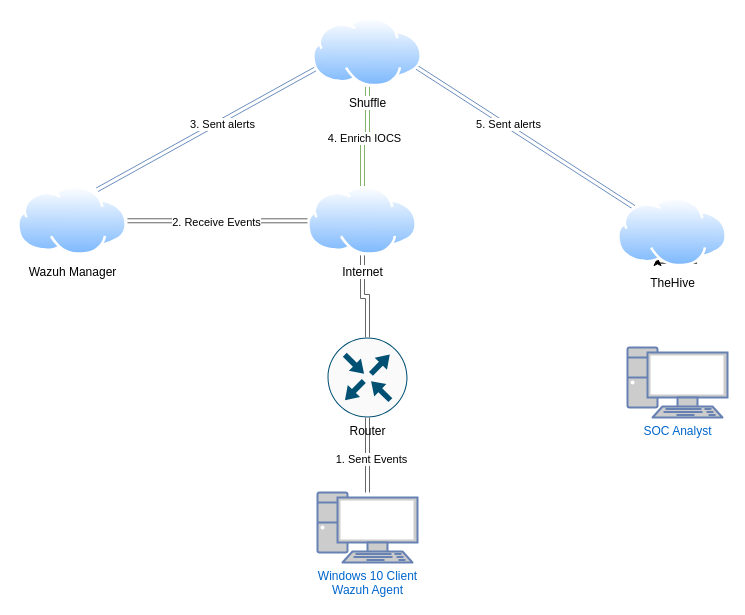
Earlier version of the draw.io diagram Untitled Diagram.drawio (joyce0225/Cyber-Architecture-). Source tidied: cells renumbered, new cells numbered last; positions are measured from the earlier drawing's top-left corner, leaving out a move shared by most shapes. Both pictures are drawn from the tidied source at 100%, with x=0, y=0 at pixel (17, 17).
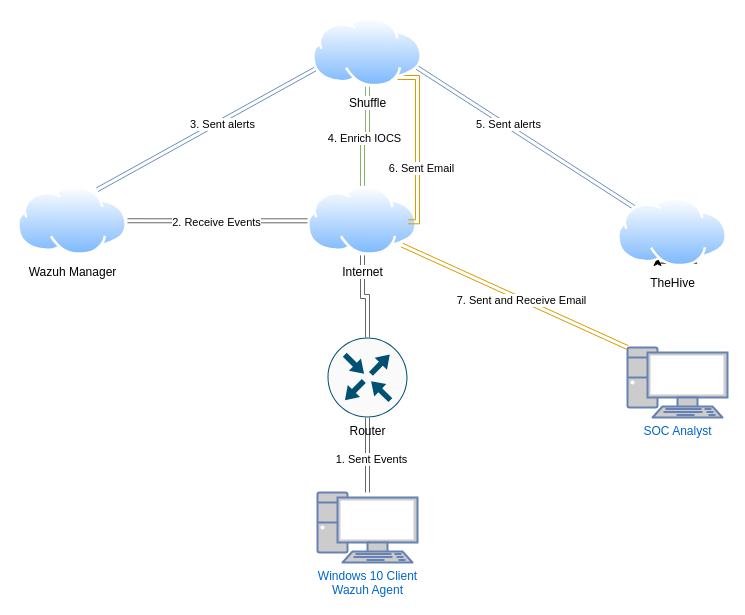
After the change.

The change refers to these unchanged cells:
```xml
<mxCell id="9" value="Internet" style="image;perimeter=ellipsePerimeter;html=1;align=center;shadow=0;dashed=0;spacingTop=3;image=img/lib/active_directory/internet_cloud.svg;" parent="1" vertex="1">
  <mxGeometry x="290" y="168.6" width="110" height="69.3" as="geometry" />
</mxCell>
<mxCell id="20" value="SOC Analyst" style="fontColor=#0066CC;verticalAlign=top;verticalLabelPosition=bottom;labelPosition=center;align=center;html=1;outlineConnect=0;fillColor=#CCCCCC;strokeColor=#6881B3;gradientColor=none;gradientDirection=north;strokeWidth=2;shape=mxgraph.networks.pc;" parent="1" vertex="1">
  <mxGeometry x="610" y="330" width="100" height="70" as="geometry" />
</mxCell>
```

Diff of the diagram source:
```diff
@@
+    <mxCell id="21" style="rounded=0;orthogonalLoop=1;jettySize=auto;html=1;exitX=1;exitY=1;exitDx=0;exitDy=0;entryX=1;entryY=0.5;entryDx=0;entryDy=0;shape=link;edgeStyle=elbowEdgeStyle;fillColor=#ffe6cc;strokeColor=#d79b00;" parent="1" edge="1">
+      <mxGeometry relative="1" as="geometry">
+        <mxPoint x="380" y="60" as="sourcePoint" />
+        <mxPoint x="390.7" y="204.3" as="targetPoint" />
+        <Array as="points">
+          <mxPoint x="400" y="140" />
+        </Array>
+      </mxGeometry>
+    </mxCell>
+    <mxCell id="22" value="6. Sent Email" style="edgeLabel;html=1;align=center;verticalAlign=middle;" parent="21" vertex="1">
+      <mxGeometry x="0.27" y="3" relative="1" as="geometry" />
+    </mxCell>
@@
+    <mxCell id="23" style="rounded=0;jettySize=auto;html=1;exitX=1;exitY=1;exitDx=0;exitDy=0;entryX=0;entryY=0;entryDx=0;entryDy=0;entryPerimeter=0;shape=link;fillColor=#ffe6cc;strokeColor=#d79b00;" parent="1" edge="1" source="9" target="20">
+      <mxGeometry relative="1" as="geometry" />
+    </mxCell>
+    <mxCell id="24" value="7. Sent and Receive Email" style="edgeLabel;html=1;align=center;verticalAlign=middle;" parent="23" vertex="1">
+      <mxGeometry x="0.06" y="-1" relative="1" as="geometry" />
+    </mxCell>
```
